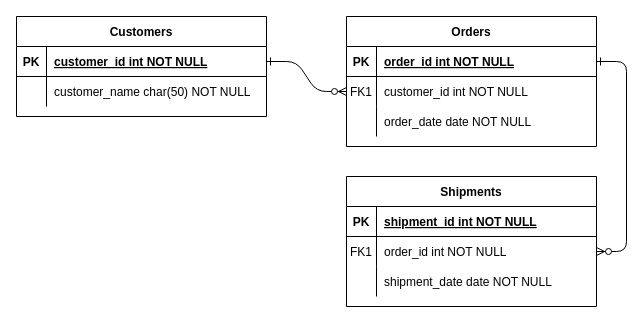
Above: archivo/Diagrama sin título.drawio in joestar02/draw.io (draw.io), before the change. Source tidied: cells renumbered, new cells numbered last; positions are measured from the earlier drawing's top-left corner, leaving out a move shared by most shapes. Both pictures are drawn from the tidied source at 100%, with x=0, y=0 at pixel (16, 16).
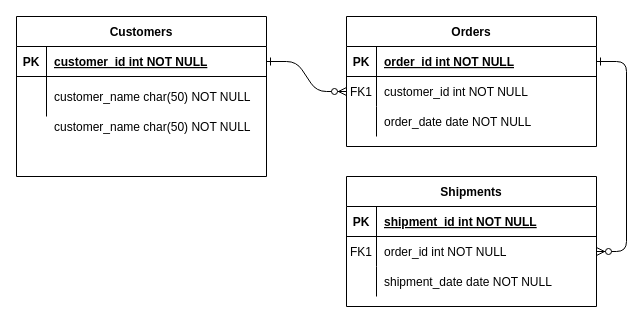
The same page after the edit.

The edit, as a diff of the source:
```diff
@@
     <mxCell id="24" value="Customers" style="shape=table;startSize=30;childLayout=tableLayout;rowLines=0;fontStyle=1;align=center;" parent="1" vertex="1">
-      <mxGeometry width="250" height="100" as="geometry" />
+      <mxGeometry width="250" height="160" as="geometry" />
     </mxCell>
@@
     <mxCell id="28" style="shape=partialRectangle;fillColor=none;top=0;left=0;right=0;bottom=0;" parent="24" vertex="1">
-      <mxGeometry y="60" width="250" height="30" as="geometry" />
+      <mxGeometry y="60" width="250" height="40" as="geometry" />
     </mxCell>
     <mxCell id="29" style="shape=partialRectangle;overflow=hidden;fillColor=none;top=0;left=0;bottom=0;right=0;" parent="28" vertex="1">
-      <mxGeometry width="30" height="30" as="geometry" />
+      <mxGeometry width="30" height="40" as="geometry" />
     </mxCell>
     <mxCell id="30" value="customer_name char(50) NOT NULL" style="shape=partialRectangle;overflow=hidden;fillColor=none;top=0;left=0;bottom=0;right=0;align=left;spacingLeft=6;" parent="28" vertex="1">
-      <mxGeometry x="30" width="220" height="30" as="geometry" />
+      <mxGeometry x="30" width="220" height="40" as="geometry" />
     </mxCell>
+    <mxCell id="31" value="customer_name char(50) NOT NULL" style="shape=partialRectangle;overflow=hidden;fillColor=none;top=0;left=0;bottom=0;right=0;align=left;spacingLeft=6;" parent="1" vertex="1">
+      <mxGeometry x="30" y="90" width="220" height="40" as="geometry" />
+    </mxCell>
```
